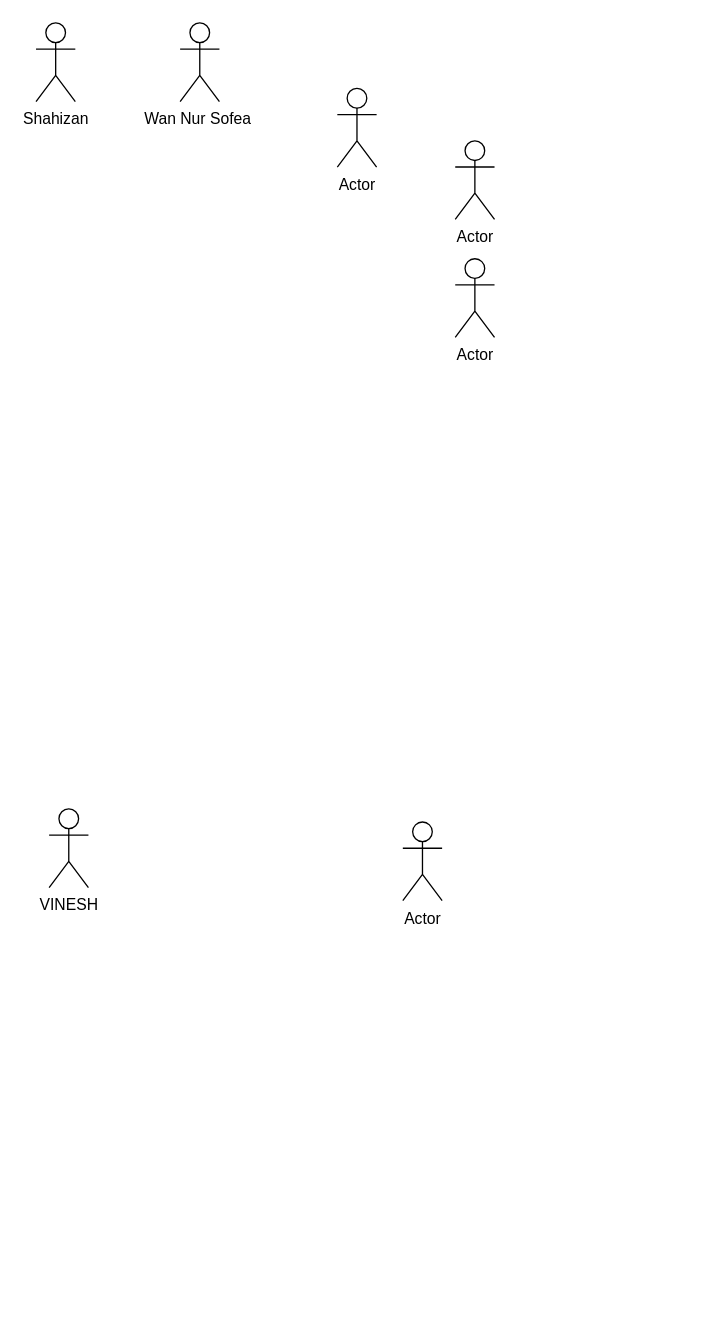
drshahizan/software-engineering keeps this draw.io diagram as project/drawio/drshahizan/exer2.drawio. Above is the earlier version. Source tidied: cells renumbered, new cells numbered last; positions are measured from the earlier drawing's top-left corner, leaving out a move shared by most shapes. Both pictures are drawn from the tidied source at 131%, with x=0, y=0 at pixel (35, 22).
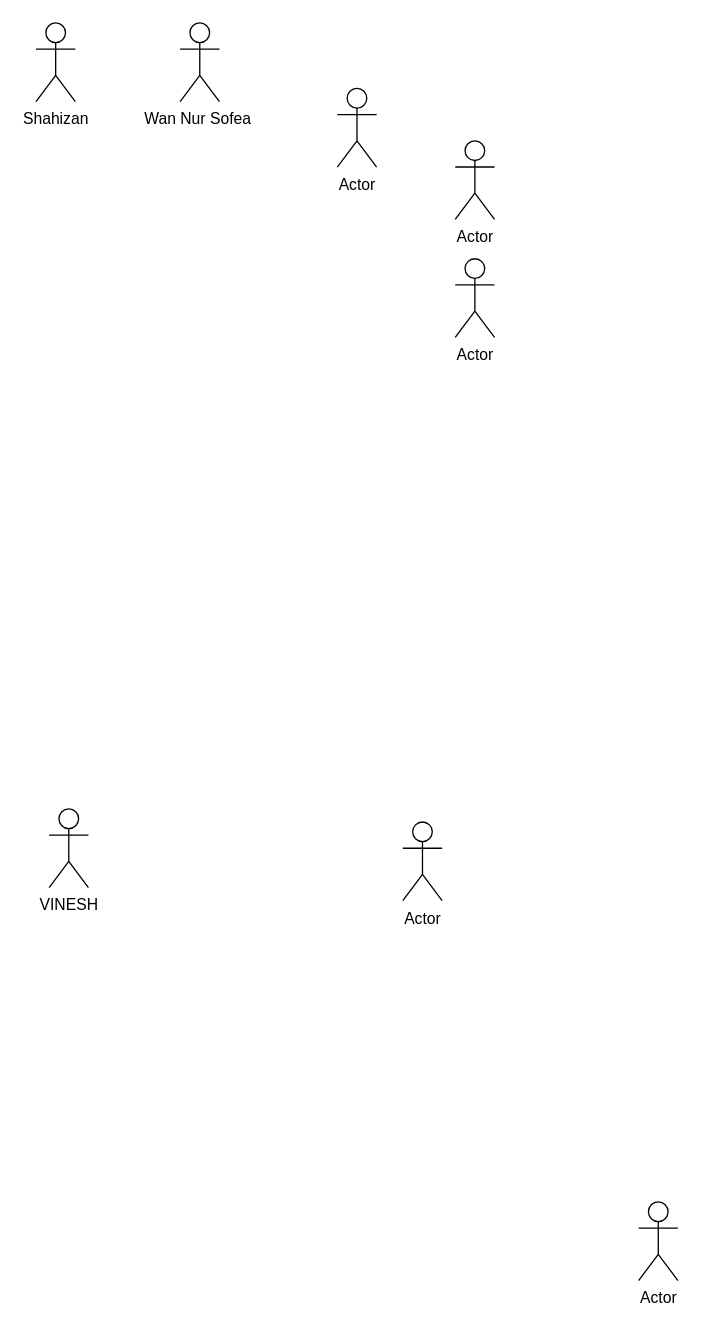
The same diagram, later.

Change to the diagram source:
```diff
@@
 <mxGraphModel>
   <root>
     <mxCell id="0" />
     <mxCell id="1" parent="0" />
     <mxCell id="2" value="Shahizan&lt;br&gt;" style="shape=umlActor;verticalLabelPosition=bottom;verticalAlign=top;html=1;" parent="1" vertex="1">
       <mxGeometry width="30" height="60" as="geometry" />
     </mxCell>
     <mxCell id="3" value="Wan Nur Sofea&amp;nbsp;&lt;br&gt;" style="shape=umlActor;verticalLabelPosition=bottom;verticalAlign=top;html=1;" parent="1" vertex="1">
       <mxGeometry x="110" width="30" height="60" as="geometry" />
     </mxCell>
     <mxCell id="4" value="Actor" style="shape=umlActor;verticalLabelPosition=bottom;verticalAlign=top;html=1;" parent="1" vertex="1">
       <mxGeometry x="230" y="50" width="30" height="60" as="geometry" />
     </mxCell>
     <mxCell id="5" value="Actor" style="shape=umlActor;verticalLabelPosition=bottom;verticalAlign=top;html=1;" parent="1" vertex="1">
       <mxGeometry x="320" y="180" width="30" height="60" as="geometry" />
     </mxCell>
     <mxCell id="6" value="VINESH&lt;br&gt;" style="shape=umlActor;verticalLabelPosition=bottom;verticalAlign=top;html=1;" parent="1" vertex="1">
       <mxGeometry x="10" y="600" width="30" height="60" as="geometry" />
     </mxCell>
     <mxCell id="7" value="Actor" style="shape=umlActor;verticalLabelPosition=bottom;verticalAlign=top;html=1;" parent="1" vertex="1">
       <mxGeometry x="280" y="610" width="30" height="60" as="geometry" />
     </mxCell>
     <mxCell id="8" value="Actor" style="shape=umlActor;verticalLabelPosition=bottom;verticalAlign=top;html=1;" parent="1" vertex="1">
       <mxGeometry x="320" y="90" width="30" height="60" as="geometry" />
     </mxCell>
+    <mxCell id="9" value="Actor" style="shape=umlActor;verticalLabelPosition=bottom;verticalAlign=top;html=1;" parent="1" vertex="1">
+      <mxGeometry x="460" y="900" width="30" height="60" as="geometry" />
+    </mxCell>
   </root>
 </mxGraphModel>
```
